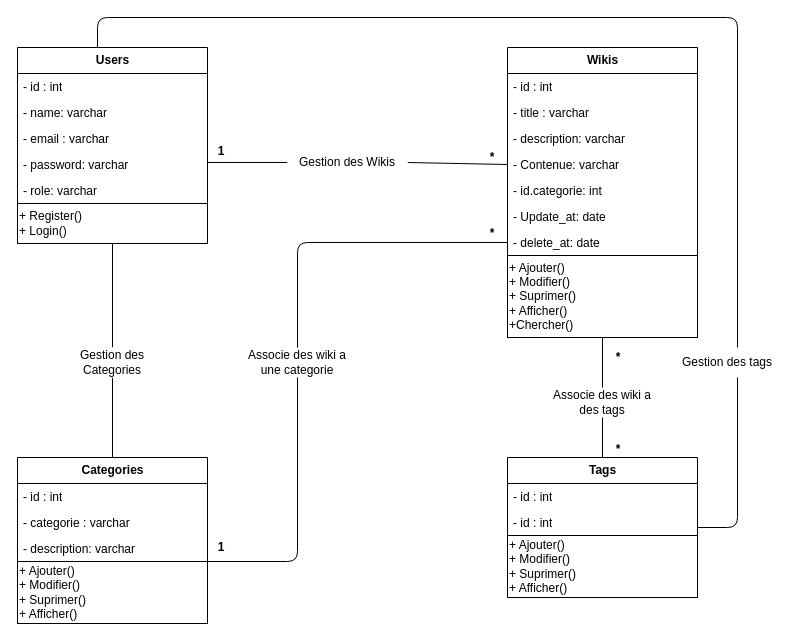
Earlier version of the draw.io diagram uml/classDiagrame.drawio (KHALID-ZENNOUHI/Wiki-). Source tidied: cells renumbered, new cells numbered last; positions are measured from the earlier drawing's top-left corner, leaving out a move shared by most shapes. Both pictures are drawn from the tidied source at 100%, with x=0, y=0 at pixel (17, 17).
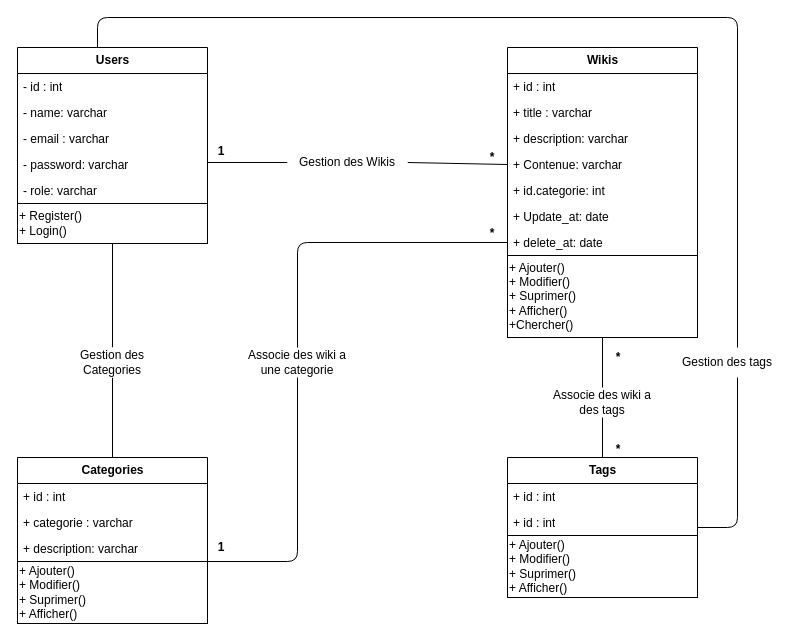
The same page after the edit.

The change refers to these unchanged cells:
```xml
<mxCell id="8" value="&lt;b&gt;Wikis&lt;/b&gt;" style="swimlane;fontStyle=0;horizontal=1;startSize=26;fillColor=none;html=1;" parent="1" vertex="1">
  <mxGeometry x="490" y="30" width="190" height="208" as="geometry" />
</mxCell>
<mxCell id="16" value="&lt;b&gt;Categories&lt;/b&gt;" style="swimlane;fontStyle=0;horizontal=1;startSize=26;fillColor=none;html=1;" parent="1" vertex="1">
  <mxGeometry y="440" width="190" height="104" as="geometry" />
</mxCell>
<mxCell id="20" value="&lt;b&gt;Tags&lt;/b&gt;" style="swimlane;fontStyle=0;horizontal=1;startSize=26;fillColor=none;html=1;" parent="1" vertex="1">
  <mxGeometry x="490" y="440" width="190" height="78" as="geometry" />
</mxCell>
```

The edit, as a diff of the source:
```diff
@@
-    <mxCell id="9" value="- id : int" style="text;strokeColor=none;fillColor=none;align=left;verticalAlign=top;spacingLeft=4;spacingRight=4;overflow=hidden;whiteSpace=wrap;html=1;" parent="8" vertex="1">
+    <mxCell id="9" value="+ id : int" style="text;strokeColor=none;fillColor=none;align=left;verticalAlign=top;spacingLeft=4;spacingRight=4;overflow=hidden;whiteSpace=wrap;html=1;" parent="8" vertex="1">
       <mxGeometry y="26" width="190" height="26" as="geometry" />
     </mxCell>
-    <mxCell id="10" value="- title : varchar" style="text;strokeColor=none;fillColor=none;align=left;verticalAlign=top;spacingLeft=4;spacingRight=4;overflow=hidden;whiteSpace=wrap;html=1;" parent="8" vertex="1">
+    <mxCell id="10" value="+ title : varchar" style="text;strokeColor=none;fillColor=none;align=left;verticalAlign=top;spacingLeft=4;spacingRight=4;overflow=hidden;whiteSpace=wrap;html=1;" parent="8" vertex="1">
       <mxGeometry y="52" width="190" height="26" as="geometry" />
     </mxCell>
-    <mxCell id="11" value="- description: varchar" style="text;strokeColor=none;fillColor=none;align=left;verticalAlign=top;spacingLeft=4;spacingRight=4;overflow=hidden;whiteSpace=wrap;html=1;" parent="8" vertex="1">
+    <mxCell id="11" value="+ description: varchar" style="text;strokeColor=none;fillColor=none;align=left;verticalAlign=top;spacingLeft=4;spacingRight=4;overflow=hidden;whiteSpace=wrap;html=1;" parent="8" vertex="1">
       <mxGeometry y="78" width="190" height="26" as="geometry" />
     </mxCell>
-    <mxCell id="12" value="- Contenue: varchar" style="text;strokeColor=none;fillColor=none;align=left;verticalAlign=top;spacingLeft=4;spacingRight=4;overflow=hidden;points=[[0,0.5],[1,0.5]];portConstraint=eastwest;whiteSpace=wrap;html=1;" parent="8" vertex="1">
+    <mxCell id="12" value="+ Contenue: varchar" style="text;strokeColor=none;fillColor=none;align=left;verticalAlign=top;spacingLeft=4;spacingRight=4;overflow=hidden;points=[[0,0.5],[1,0.5]];portConstraint=eastwest;whiteSpace=wrap;html=1;" parent="8" vertex="1">
       <mxGeometry y="104" width="190" height="26" as="geometry" />
     </mxCell>
-    <mxCell id="13" value="- id.categorie: int" style="text;strokeColor=none;fillColor=none;align=left;verticalAlign=top;spacingLeft=4;spacingRight=4;overflow=hidden;whiteSpace=wrap;html=1;" parent="8" vertex="1">
+    <mxCell id="13" value="+ id.categorie: int" style="text;strokeColor=none;fillColor=none;align=left;verticalAlign=top;spacingLeft=4;spacingRight=4;overflow=hidden;whiteSpace=wrap;html=1;" parent="8" vertex="1">
       <mxGeometry y="130" width="190" height="26" as="geometry" />
     </mxCell>
-    <mxCell id="14" value="- Update_at: date" style="text;strokeColor=none;fillColor=none;align=left;verticalAlign=top;spacingLeft=4;spacingRight=4;overflow=hidden;whiteSpace=wrap;html=1;" parent="8" vertex="1">
+    <mxCell id="14" value="+ Update_at: date" style="text;strokeColor=none;fillColor=none;align=left;verticalAlign=top;spacingLeft=4;spacingRight=4;overflow=hidden;whiteSpace=wrap;html=1;" parent="8" vertex="1">
       <mxGeometry y="156" width="190" height="26" as="geometry" />
     </mxCell>
-    <mxCell id="15" value="- delete_at: date" style="text;strokeColor=none;fillColor=none;align=left;verticalAlign=top;spacingLeft=4;spacingRight=4;overflow=hidden;points=[[0,0.5],[1,0.5]];portConstraint=eastwest;whiteSpace=wrap;html=1;" parent="8" vertex="1">
+    <mxCell id="15" value="+ delete_at: date" style="text;strokeColor=none;fillColor=none;align=left;verticalAlign=top;spacingLeft=4;spacingRight=4;overflow=hidden;points=[[0,0.5],[1,0.5]];portConstraint=eastwest;whiteSpace=wrap;html=1;" parent="8" vertex="1">
       <mxGeometry y="182" width="190" height="26" as="geometry" />
     </mxCell>
@@
-    <mxCell id="17" value="- id : int" style="text;strokeColor=none;fillColor=none;align=left;verticalAlign=top;spacingLeft=4;spacingRight=4;overflow=hidden;whiteSpace=wrap;html=1;" parent="16" vertex="1">
+    <mxCell id="17" value="+ id : int" style="text;strokeColor=none;fillColor=none;align=left;verticalAlign=top;spacingLeft=4;spacingRight=4;overflow=hidden;whiteSpace=wrap;html=1;" parent="16" vertex="1">
       <mxGeometry y="26" width="190" height="26" as="geometry" />
     </mxCell>
-    <mxCell id="18" value="- categorie : varchar" style="text;strokeColor=none;fillColor=none;align=left;verticalAlign=top;spacingLeft=4;spacingRight=4;overflow=hidden;whiteSpace=wrap;html=1;" parent="16" vertex="1">
+    <mxCell id="18" value="+ categorie : varchar" style="text;strokeColor=none;fillColor=none;align=left;verticalAlign=top;spacingLeft=4;spacingRight=4;overflow=hidden;whiteSpace=wrap;html=1;" parent="16" vertex="1">
       <mxGeometry y="52" width="190" height="26" as="geometry" />
     </mxCell>
-    <mxCell id="19" value="- description: varchar" style="text;strokeColor=none;fillColor=none;align=left;verticalAlign=top;spacingLeft=4;spacingRight=4;overflow=hidden;whiteSpace=wrap;html=1;" parent="16" vertex="1">
+    <mxCell id="19" value="+ description: varchar" style="text;strokeColor=none;fillColor=none;align=left;verticalAlign=top;spacingLeft=4;spacingRight=4;overflow=hidden;whiteSpace=wrap;html=1;" parent="16" vertex="1">
       <mxGeometry y="78" width="190" height="26" as="geometry" />
     </mxCell>
@@
-    <mxCell id="21" value="- id : int" style="text;strokeColor=none;fillColor=none;align=left;verticalAlign=top;spacingLeft=4;spacingRight=4;overflow=hidden;whiteSpace=wrap;html=1;" parent="20" vertex="1">
+    <mxCell id="21" value="+ id : int" style="text;strokeColor=none;fillColor=none;align=left;verticalAlign=top;spacingLeft=4;spacingRight=4;overflow=hidden;whiteSpace=wrap;html=1;" parent="20" vertex="1">
       <mxGeometry y="26" width="190" height="26" as="geometry" />
     </mxCell>
-    <mxCell id="22" value="- id : int" style="text;strokeColor=none;fillColor=none;align=left;verticalAlign=top;spacingLeft=4;spacingRight=4;overflow=hidden;whiteSpace=wrap;html=1;" parent="20" vertex="1">
+    <mxCell id="22" value="+ id : int" style="text;strokeColor=none;fillColor=none;align=left;verticalAlign=top;spacingLeft=4;spacingRight=4;overflow=hidden;whiteSpace=wrap;html=1;" parent="20" vertex="1">
       <mxGeometry y="52" width="190" height="26" as="geometry" />
     </mxCell>
```
